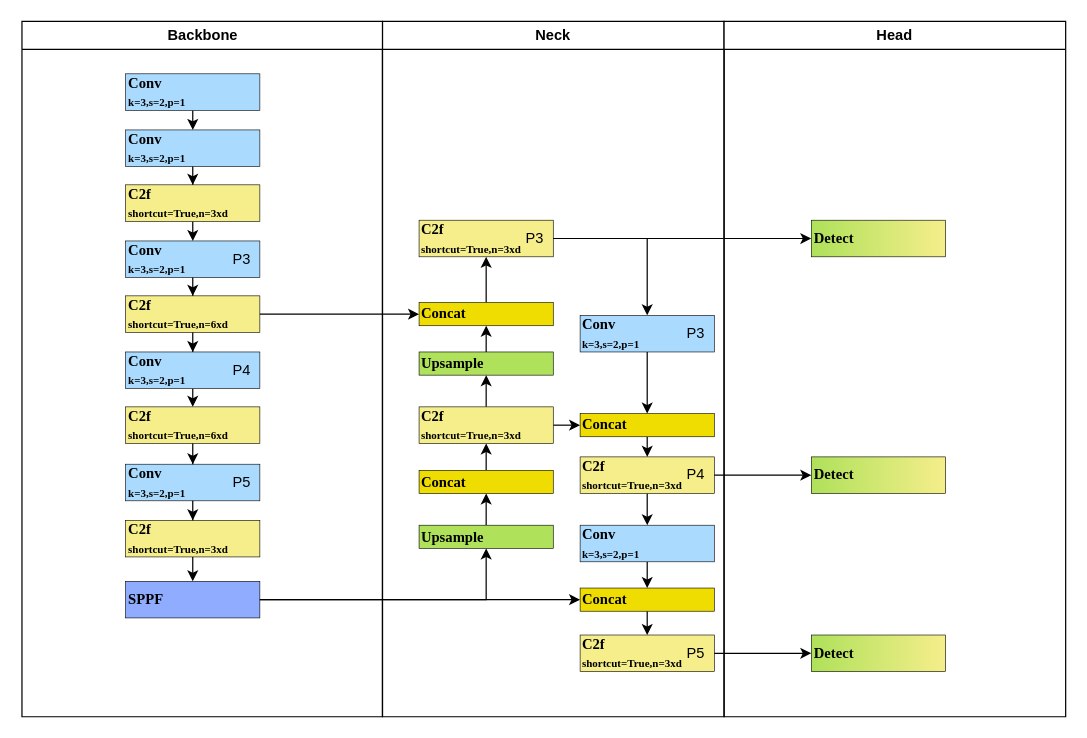
The draw.io diagram page "Page-1" (1 of 5) of Network.drawio in harry-sunhao/YOLOv8-SmallObj-Garbage, before the edit. Source tidied: cells renumbered, new cells numbered last; positions are measured from the earlier drawing's top-left corner, leaving out a move shared by most shapes. Both pictures are drawn from the tidied source at 122%, with x=0, y=0 at pixel (21, 21).
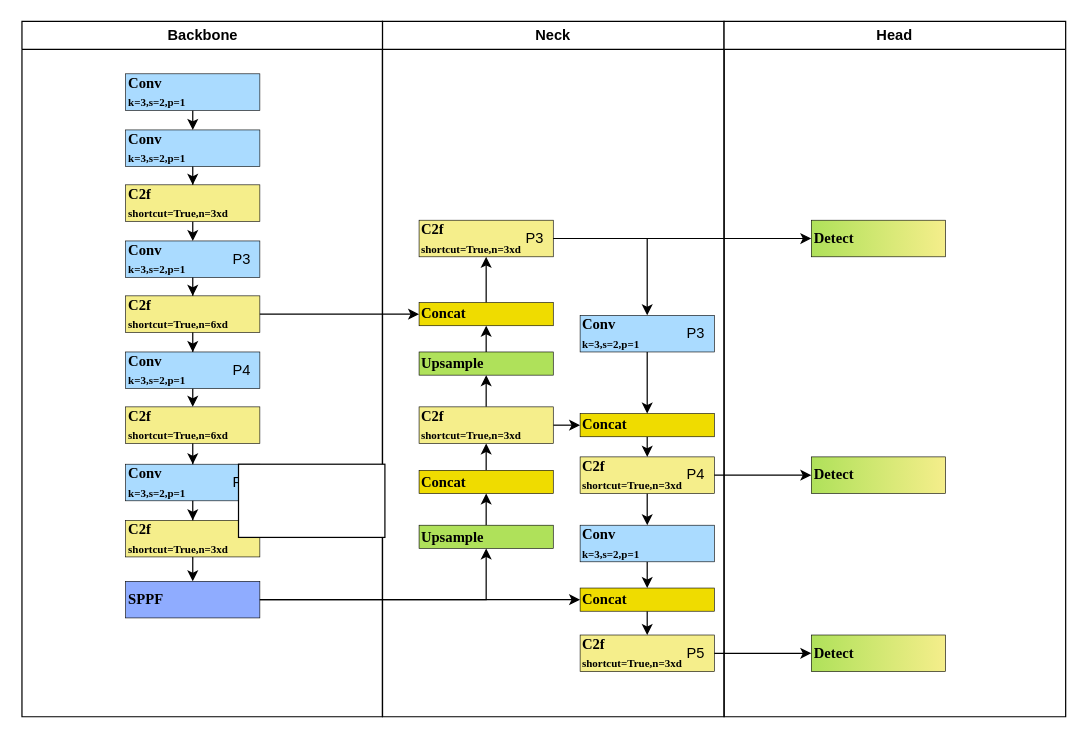
The same page after the edit.

Diff of the diagram source:
```diff
@@
+    <mxCell id="64" style="rounded=0;whiteSpace=wrap;html=1;" parent="1" vertex="1">
+      <mxGeometry x="178" y="363" width="120" height="60" as="geometry" />
+    </mxCell>
```
